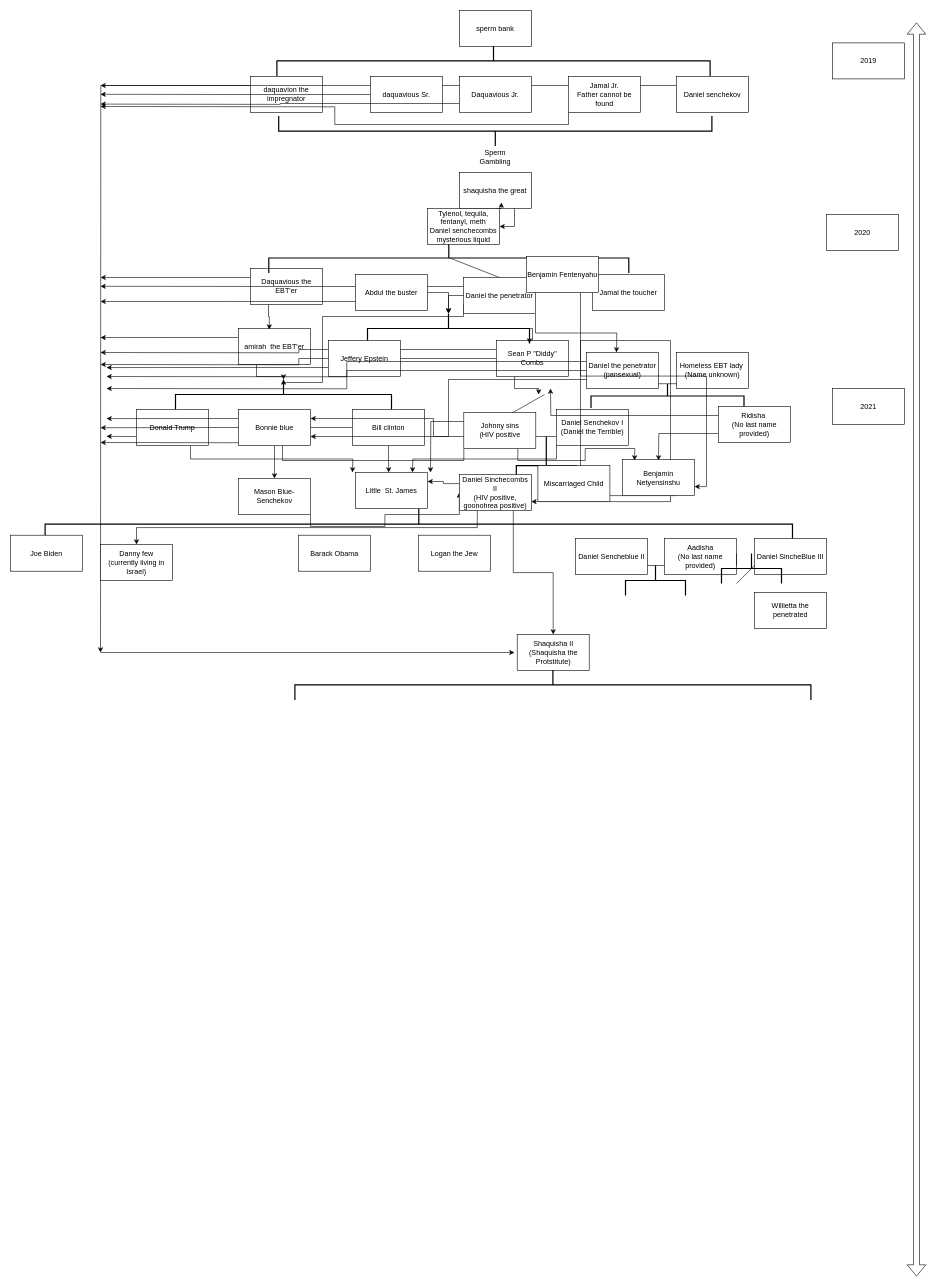
This is shaquisha.drawio from omada15/drawio, a draw.io file, before an edit. Source tidied: cells renumbered, new cells numbered last; positions are measured from the earlier drawing's top-left corner, leaving out a move shared by most shapes. Both pictures are drawn from the tidied source at 60%, with x=0, y=0 at pixel (10, -156).
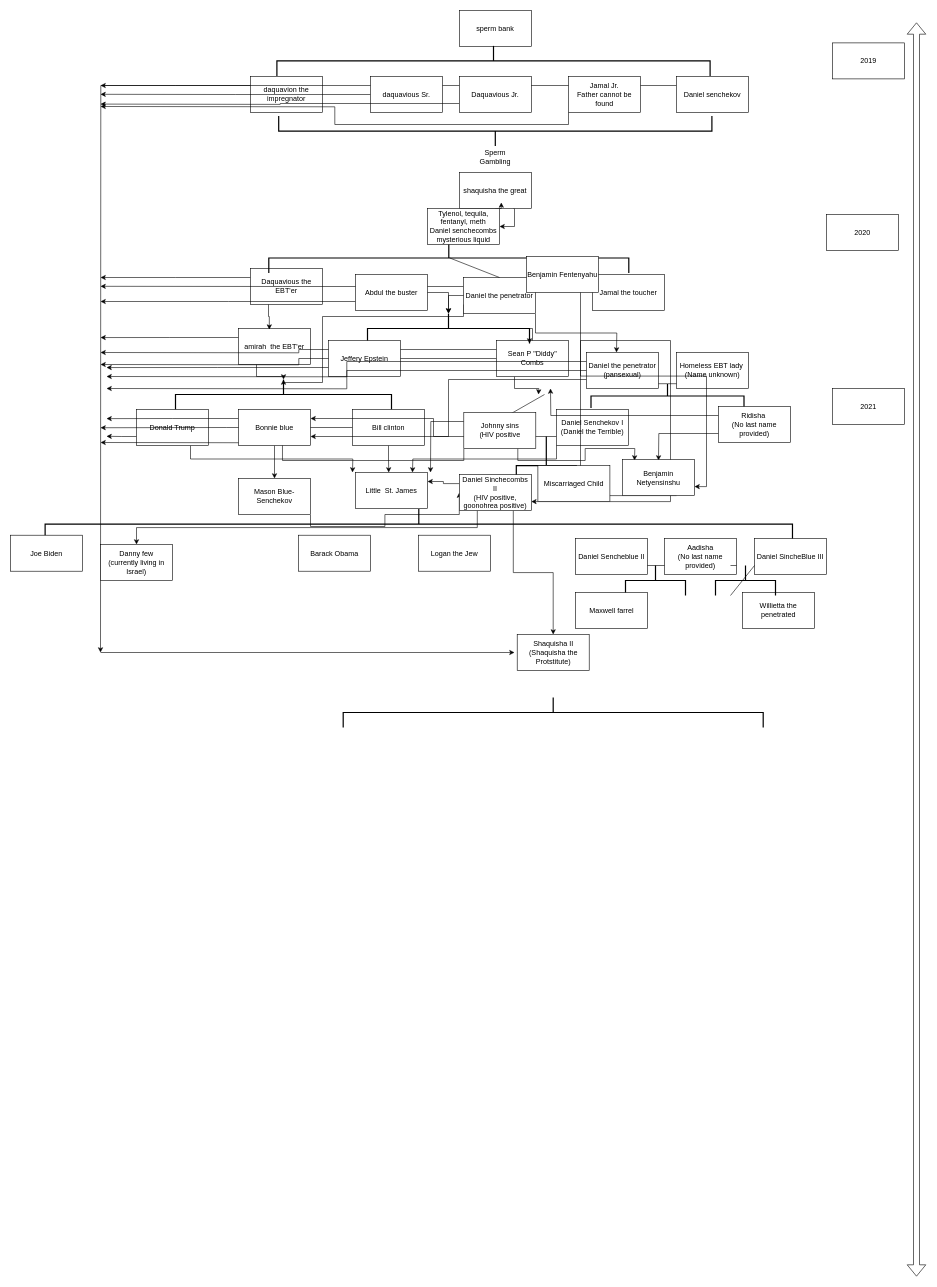
The same page after the edit.

Change to the diagram source:
```diff
@@
     <mxCell id="93" style="strokeWidth=2;html=1;shape=mxgraph.flowchart.annotation_2;align=left;labelPosition=right;rotation=90;" parent="1" vertex="1">
-      <mxGeometry x="879" y="971" width="50" height="860" as="geometry" />
+      <mxGeometry x="879.5" y="1097" width="50" height="700" as="geometry" />
     </mxCell>
@@
     <mxCell id="103" value="Willietta the penetrated" style="rounded=0;whiteSpace=wrap;html=1;" parent="1" vertex="1">
-      <mxGeometry x="1240" y="1247" width="120" height="60" as="geometry" />
+      <mxGeometry x="1220" y="1247" width="120" height="60" as="geometry" />
     </mxCell>
@@
     <mxCell id="106" style="strokeWidth=2;html=1;shape=mxgraph.flowchart.annotation_2;align=left;labelPosition=right;rotation=90;" parent="1" vertex="1">
-      <mxGeometry x="1210" y="1157" width="50" height="100" as="geometry" />
+      <mxGeometry x="1200" y="1177" width="50" height="100" as="geometry" />
     </mxCell>
+    <mxCell id="107" value="Maxwell farrel" style="rounded=0;whiteSpace=wrap;html=1;" parent="1" vertex="1">
+      <mxGeometry x="941.5" y="1247" width="120" height="60" as="geometry" />
+    </mxCell>
```
